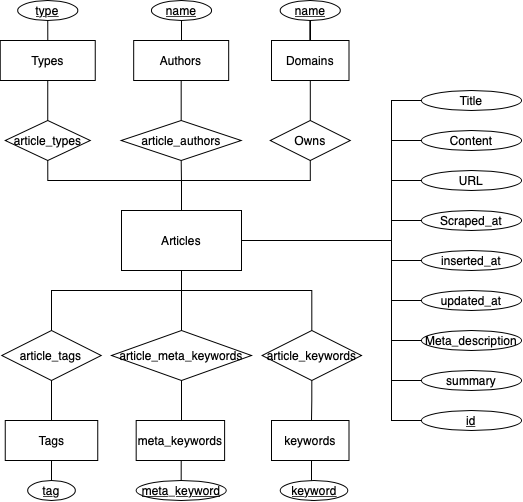
Earlier version of the draw.io export diagram.png (lauritzkoch/DataScienceRep01). Source tidied: cells renumbered, new cells last; positions are measured from the earlier drawing's top-left corner, leaving out a move shared by most shapes.
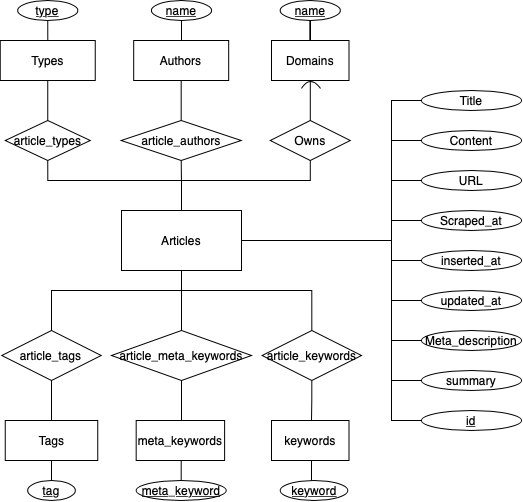
The same file after the commit.

Diff of the diagram source:
```diff
@@ -137,7 +137,12 @@
       <mxGeometry x="120.7" y="120" width="120" height="40" as="geometry" />
     </mxCell>
     <mxCell id="27" style="edgeStyle=orthogonalEdgeStyle;rounded=0;jettySize=auto;html=1;endArrow=none;endFill=0;" parent="1" edge="1" source="28" target="16">
-      <mxGeometry relative="1" as="geometry" />
+      <mxGeometry relative="1" as="geometry">
+        <Array as="points">
+          <mxPoint x="310" y="100" />
+          <mxPoint x="310" y="100" />
+        </Array>
+      </mxGeometry>
     </mxCell>
     <mxCell id="28" value="Owns" style="shape=rhombus;perimeter=rhombusPerimeter;whiteSpace=wrap;html=1;align=center;" parent="1" vertex="1">
       <mxGeometry x="269.8" y="120" width="80" height="40" as="geometry" />
@@ -271,5 +276,14 @@
     <mxCell id="56" value="&lt;u&gt;type&lt;/u&gt;" style="ellipse;whiteSpace=wrap;html=1;" parent="1" vertex="1">
       <mxGeometry x="17.2" width="60" height="20" as="geometry" />
     </mxCell>
+    <mxCell id="57" style="endArrow=none;html=1;curved=1;" parent="1" edge="1">
+      <mxGeometry relative="1" as="geometry">
+        <mxPoint x="301" y="88" as="sourcePoint" />
+        <mxPoint x="320" y="88" as="targetPoint" />
+        <Array as="points">
+          <mxPoint x="309.8" y="74" />
+        </Array>
+      </mxGeometry>
+    </mxCell>
   </root>
 </mxGraphModel>
```
